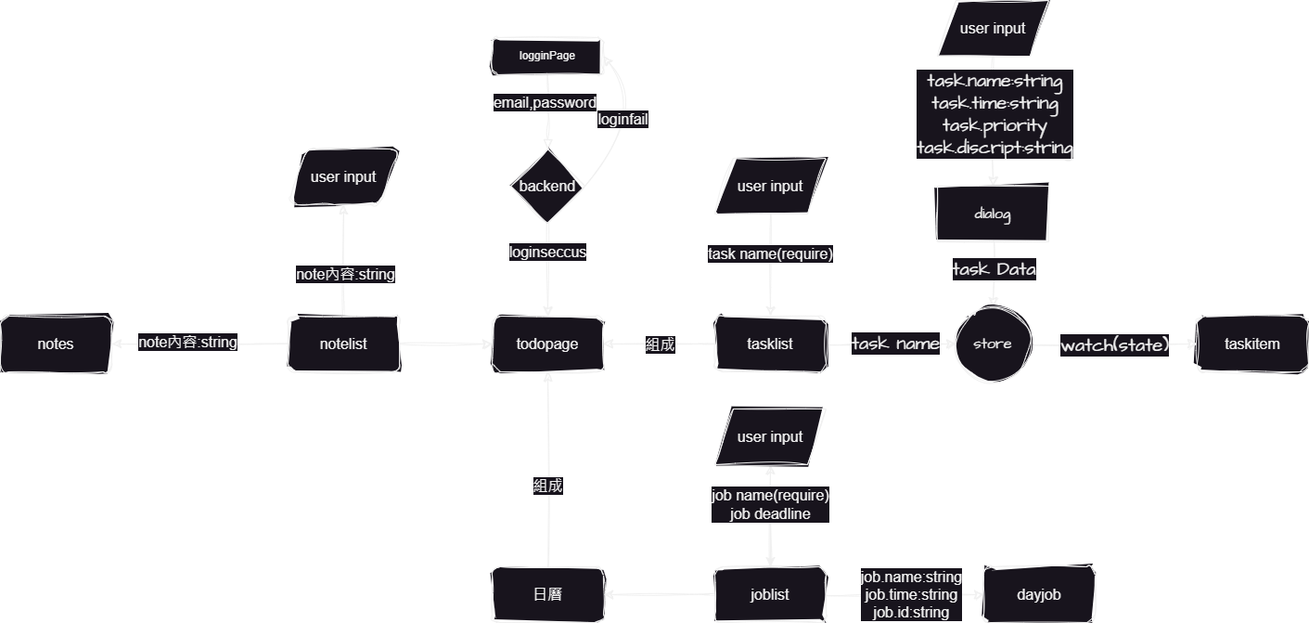
Above: vueToDo2023.png in wuharry/vue_test_todo (draw.io), before the change. Source tidied: cells renumbered, new cells last; positions are measured from the earlier drawing's top-left corner, leaving out a move shared by most shapes.
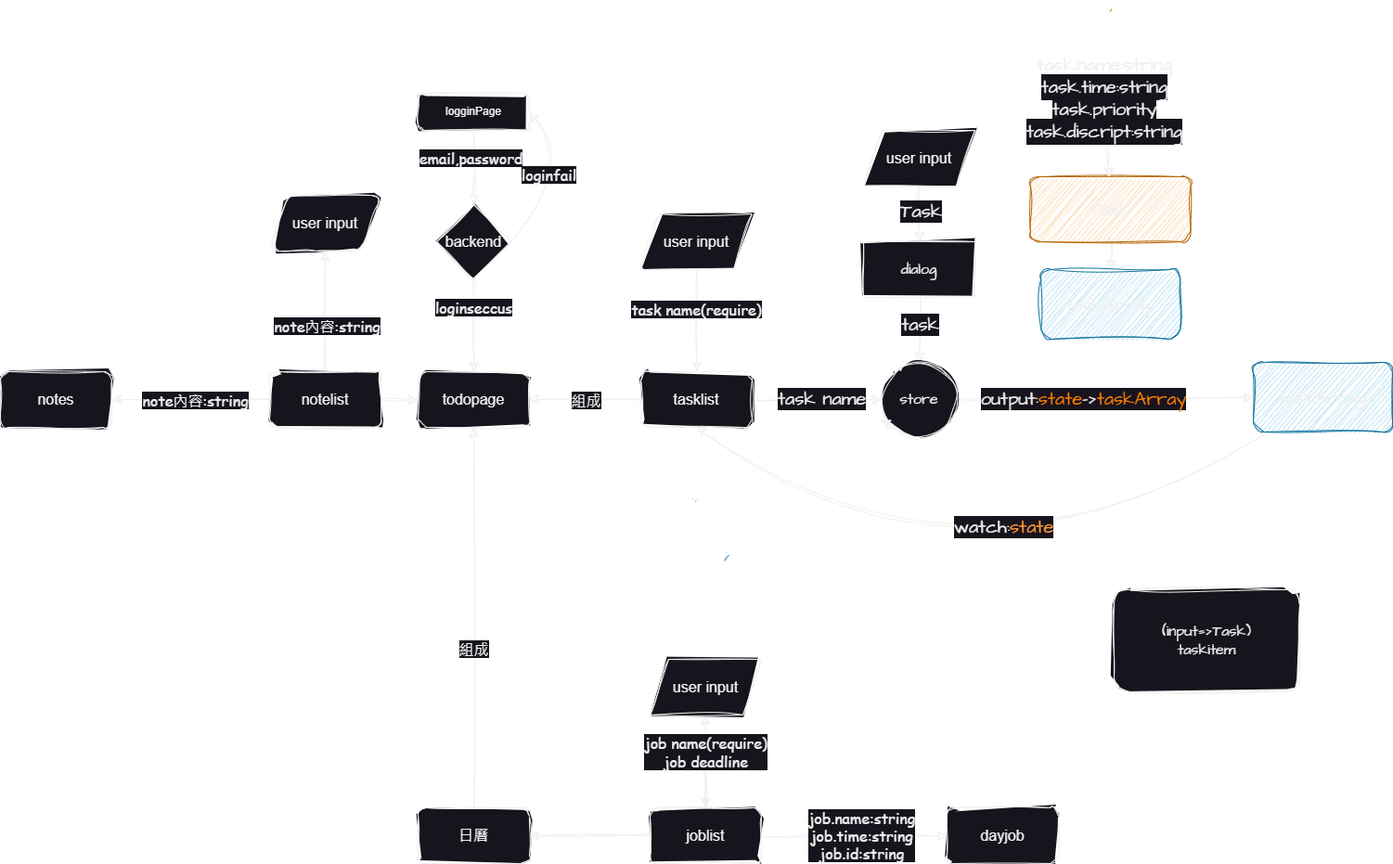
Later version of the same file.

Commit message:
doc:修正程式視圖,修新增渲染條件

What changed in the source:
```diff
@@ -7,7 +7,7 @@
         <mxPoint x="589.7" y="80" as="sourcePoint" />
       </mxGeometry>
     </mxCell>
-    <mxCell id="3" value="email,password" style="edgeLabel;html=1;align=center;verticalAlign=middle;fontSize=16;" parent="2" vertex="1">
+    <mxCell id="3" value="email,password" style="edgeLabel;html=1;align=center;verticalAlign=middle;fontSize=16;fontFamily=Comic Sans MS;" parent="2" vertex="1">
       <mxGeometry x="-0.26" y="-4" relative="1" as="geometry" />
     </mxCell>
     <mxCell id="4" value="logginPage" style="rounded=1;whiteSpace=wrap;html=1;fontSize=12;glass=0;strokeWidth=1;shadow=0;sketch=1;curveFitting=1;jiggle=2;" parent="1" vertex="1">
@@ -20,7 +20,7 @@
         </Array>
       </mxGeometry>
     </mxCell>
-    <mxCell id="6" value="loginfail" style="edgeLabel;html=1;align=center;verticalAlign=middle;fontSize=16;" parent="5" vertex="1">
+    <mxCell id="6" value="loginfail" style="edgeLabel;html=1;align=center;verticalAlign=middle;fontSize=16;fontFamily=Comic Sans MS;" parent="5" vertex="1">
       <mxGeometry x="-0.12" y="17" relative="1" as="geometry" />
     </mxCell>
     <mxCell id="7" style="edgeStyle=none;curved=1;rounded=0;jettySize=auto;html=1;fontSize=12;startSize=8;endSize=8;sketch=1;curveFitting=1;jiggle=2;" parent="1" edge="1" target="9">
@@ -28,7 +28,7 @@
         <mxPoint x="590" y="220" as="sourcePoint" />
       </mxGeometry>
     </mxCell>
-    <mxCell id="8" value="loginseccus" style="edgeLabel;html=1;align=center;verticalAlign=middle;fontSize=16;" parent="7" vertex="1">
+    <mxCell id="8" value="loginseccus" style="edgeLabel;html=1;align=center;verticalAlign=middle;fontSize=16;fontFamily=Comic Sans MS;" parent="7" vertex="1">
       <mxGeometry x="-0.17" y="-1" relative="1" as="geometry" />
     </mxCell>
     <mxCell id="9" value="todopage" style="whiteSpace=wrap;html=1;fontSize=16;rounded=1;sketch=1;curveFitting=1;jiggle=2;" parent="1" vertex="1">
@@ -40,7 +40,7 @@
     <mxCell id="11" style="edgeStyle=none;curved=1;rounded=0;jettySize=auto;html=1;fontSize=12;startSize=8;endSize=8;sketch=1;curveFitting=1;jiggle=2;" parent="1" edge="1" source="15" target="9">
       <mxGeometry relative="1" as="geometry" />
     </mxCell>
-    <mxCell id="12" value="組成" style="edgeLabel;html=1;align=center;verticalAlign=middle;fontSize=16;" parent="11" vertex="1">
+    <mxCell id="12" value="組成" style="edgeLabel;html=1;align=center;verticalAlign=middle;fontSize=16;fontFamily=Comic Sans MS;" parent="11" vertex="1">
       <mxGeometry x="0.01" relative="1" as="geometry" />
     </mxCell>
     <mxCell id="13" style="edgeStyle=none;curved=1;rounded=0;sketch=1;hachureGap=4;jiggle=2;curveFitting=1;jettySize=auto;html=1;fontFamily=Architects Daughter;fontSource=https%3A%2F%2Ffonts.googleapis.com%2Fcss%3Ffamily%3DArchitects%2BDaughter;fontSize=16;startSize=8;endSize=8;" parent="1" edge="1" source="15" target="48">
@@ -52,13 +52,13 @@
     <mxCell id="15" value="tasklist" style="whiteSpace=wrap;html=1;fontSize=16;rounded=1;sketch=1;curveFitting=1;jiggle=2;" parent="1" vertex="1">
       <mxGeometry x="770" y="340" width="120" height="60" as="geometry" />
     </mxCell>
-    <mxCell id="16" value="taskitem" style="whiteSpace=wrap;html=1;fontSize=16;rounded=1;sketch=1;curveFitting=1;jiggle=2;" parent="1" vertex="1">
-      <mxGeometry x="1290" y="340" width="120" height="60" as="geometry" />
+    <mxCell id="16" value="&lt;font&gt;(input=&amp;gt;Task)&lt;br&gt;taskitem&lt;/font&gt;" style="whiteSpace=wrap;html=1;fontSize=16;rounded=1;sketch=1;curveFitting=1;jiggle=2;fontFamily=Architects Daughter;fontSource=https%3A%2F%2Ffonts.googleapis.com%2Fcss%3Ffamily%3DArchitects%2BDaughter;" parent="1" vertex="1">
+      <mxGeometry x="1280" y="575" width="200" height="110" as="geometry" />
     </mxCell>
     <mxCell id="17" style="edgeStyle=none;curved=1;rounded=0;jettySize=auto;html=1;fontSize=12;startSize=8;endSize=8;sketch=1;curveFitting=1;jiggle=2;" parent="1" edge="1" source="19" target="15">
       <mxGeometry relative="1" as="geometry" />
     </mxCell>
-    <mxCell id="18" value="task name(require)" style="edgeLabel;html=1;align=center;verticalAlign=middle;fontSize=16;" parent="17" vertex="1">
+    <mxCell id="18" value="task name(require)" style="edgeLabel;html=1;align=center;verticalAlign=middle;fontSize=16;fontFamily=Comic Sans MS;" parent="17" vertex="1">
       <mxGeometry x="-0.23" y="-1" relative="1" as="geometry" />
     </mxCell>
     <mxCell id="19" value="user input" style="shape=parallelogram;perimeter=parallelogramPerimeter;whiteSpace=wrap;html=1;fixedSize=1;fontSize=16;sketch=1;curveFitting=1;jiggle=2;" parent="1" vertex="1">
@@ -67,16 +67,16 @@
     <mxCell id="20" style="edgeStyle=none;curved=1;rounded=0;jettySize=auto;html=1;fontSize=12;startSize=8;endSize=8;sketch=1;curveFitting=1;jiggle=2;" parent="1" edge="1" source="22" target="9">
       <mxGeometry relative="1" as="geometry" />
     </mxCell>
-    <mxCell id="21" value="組成" style="edgeLabel;html=1;align=center;verticalAlign=middle;fontSize=16;" parent="20" vertex="1">
+    <mxCell id="21" value="組成" style="edgeLabel;html=1;align=center;verticalAlign=middle;fontSize=16;fontFamily=Comic Sans MS;" parent="20" vertex="1">
       <mxGeometry x="-0.16" y="1" relative="1" as="geometry" />
     </mxCell>
     <mxCell id="22" value="日曆" style="rounded=1;whiteSpace=wrap;html=1;fontSize=16;sketch=1;curveFitting=1;jiggle=2;" parent="1" vertex="1">
-      <mxGeometry x="530" y="610" width="120" height="60" as="geometry" />
+      <mxGeometry x="530" y="810" width="120" height="60" as="geometry" />
     </mxCell>
     <mxCell id="23" style="edgeStyle=none;curved=1;rounded=0;jettySize=auto;html=1;fontSize=12;startSize=8;endSize=8;sketch=1;curveFitting=1;jiggle=2;" parent="1" edge="1" source="27" target="28">
       <mxGeometry relative="1" as="geometry" />
     </mxCell>
-    <mxCell id="24" value="job.name:string&lt;br&gt;job.time:string&lt;br&gt;job.id:string" style="edgeLabel;html=1;align=center;verticalAlign=middle;fontSize=16;" parent="23" vertex="1">
+    <mxCell id="24" value="job.name:string&lt;br&gt;job.time:string&lt;br&gt;job.id:string" style="edgeLabel;html=1;align=center;verticalAlign=middle;fontSize=16;fontFamily=Comic Sans MS;" parent="23" vertex="1">
       <mxGeometry x="0.07" y="1" relative="1" as="geometry" />
     </mxCell>
     <mxCell id="25" style="edgeStyle=none;curved=1;rounded=0;jettySize=auto;html=1;fontSize=12;startSize=8;endSize=8;sketch=1;curveFitting=1;jiggle=2;" parent="1" edge="1" source="27" target="22">
@@ -86,19 +86,19 @@
       <mxGeometry relative="1" as="geometry" />
     </mxCell>
     <mxCell id="27" value="joblist" style="whiteSpace=wrap;html=1;fontSize=16;rounded=1;sketch=1;curveFitting=1;jiggle=2;" parent="1" vertex="1">
-      <mxGeometry x="770" y="610" width="120" height="60" as="geometry" />
+      <mxGeometry x="780" y="810" width="120" height="60" as="geometry" />
     </mxCell>
     <mxCell id="28" value="dayjob" style="whiteSpace=wrap;html=1;fontSize=16;rounded=1;sketch=1;curveFitting=1;jiggle=2;" parent="1" vertex="1">
-      <mxGeometry x="1060" y="610" width="120" height="60" as="geometry" />
+      <mxGeometry x="1100" y="810" width="120" height="60" as="geometry" />
     </mxCell>
     <mxCell id="29" style="edgeStyle=none;curved=1;rounded=0;jettySize=auto;html=1;fontSize=12;startSize=8;endSize=8;" parent="1" edge="1" source="31" target="27">
       <mxGeometry relative="1" as="geometry" />
     </mxCell>
-    <mxCell id="30" value="job name(require)&lt;br&gt;job deadline" style="edgeLabel;html=1;align=center;verticalAlign=middle;fontSize=16;" parent="29" vertex="1">
+    <mxCell id="30" value="job name(require)&lt;br&gt;job deadline" style="edgeLabel;html=1;align=center;verticalAlign=middle;fontSize=16;fontFamily=Comic Sans MS;" parent="29" vertex="1">
       <mxGeometry x="-0.23" y="-1" relative="1" as="geometry" />
     </mxCell>
     <mxCell id="31" value="user input" style="shape=parallelogram;perimeter=parallelogramPerimeter;whiteSpace=wrap;html=1;fixedSize=1;fontSize=16;sketch=1;curveFitting=1;jiggle=2;" parent="1" vertex="1">
-      <mxGeometry x="770" y="440" width="120" height="60" as="geometry" />
+      <mxGeometry x="780" y="650" width="120" height="60" as="geometry" />
     </mxCell>
     <mxCell id="32" style="edgeStyle=none;curved=1;rounded=0;jettySize=auto;html=1;fontSize=12;startSize=8;endSize=8;sketch=1;curveFitting=1;jiggle=2;" parent="1" edge="1" source="37" target="9">
       <mxGeometry relative="1" as="geometry" />
@@ -106,54 +106,94 @@
     <mxCell id="33" style="edgeStyle=none;curved=1;rounded=0;jettySize=auto;html=1;fontSize=12;startSize=8;endSize=8;sketch=1;curveFitting=1;jiggle=2;" parent="1" edge="1" source="37" target="38">
       <mxGeometry relative="1" as="geometry" />
     </mxCell>
-    <mxCell id="34" value="note內容:string" style="edgeLabel;html=1;align=center;verticalAlign=middle;fontSize=16;" parent="33" vertex="1">
+    <mxCell id="34" value="note內容:string" style="edgeLabel;html=1;align=center;verticalAlign=middle;fontSize=16;fontFamily=Comic Sans MS;" parent="33" vertex="1">
       <mxGeometry x="0.16" y="-3" relative="1" as="geometry">
-        <mxPoint x="1" as="offset" />
+        <mxPoint x="18" y="3" as="offset" />
       </mxGeometry>
     </mxCell>
     <mxCell id="35" style="edgeStyle=none;curved=1;rounded=0;jettySize=auto;html=1;fontSize=12;startSize=8;endSize=8;sketch=1;curveFitting=1;jiggle=2;" parent="1" edge="1" source="37" target="39">
       <mxGeometry relative="1" as="geometry" />
     </mxCell>
-    <mxCell id="36" value="note內容:string" style="edgeLabel;html=1;align=center;verticalAlign=middle;fontSize=16;" parent="35" vertex="1">
+    <mxCell id="36" value="note內容:string" style="edgeLabel;align=center;verticalAlign=middle;fontSize=16;html=1;fontFamily=Comic Sans MS;" parent="35" vertex="1">
       <mxGeometry x="-0.23" y="-1" relative="1" as="geometry" />
     </mxCell>
     <mxCell id="37" value="notelist" style="rounded=1;whiteSpace=wrap;html=1;fontSize=16;sketch=1;curveFitting=1;jiggle=2;" parent="1" vertex="1">
-      <mxGeometry x="310" y="340" width="120" height="60" as="geometry" />
+      <mxGeometry x="370" y="340" width="120" height="60" as="geometry" />
     </mxCell>
     <mxCell id="38" value="notes" style="whiteSpace=wrap;html=1;fontSize=16;rounded=1;sketch=1;curveFitting=1;jiggle=2;" parent="1" vertex="1">
-      <mxGeometry y="340" width="120" height="60" as="geometry" />
+      <mxGeometry x="80" y="340" width="120" height="60" as="geometry" />
     </mxCell>
     <mxCell id="39" value="user input" style="shape=parallelogram;perimeter=parallelogramPerimeter;whiteSpace=wrap;html=1;fixedSize=1;fontSize=16;rounded=1;sketch=1;curveFitting=1;jiggle=2;" parent="1" vertex="1">
-      <mxGeometry x="310" y="160" width="120" height="60" as="geometry" />
+      <mxGeometry x="370" y="150" width="120" height="60" as="geometry" />
     </mxCell>
     <mxCell id="40" style="edgeStyle=none;curved=1;rounded=0;sketch=1;hachureGap=4;jiggle=2;curveFitting=1;jettySize=auto;html=1;fontFamily=Architects Daughter;fontSource=https%3A%2F%2Ffonts.googleapis.com%2Fcss%3Ffamily%3DArchitects%2BDaughter;fontSize=16;startSize=8;endSize=8;" parent="1" edge="1" source="42" target="45">
       <mxGeometry relative="1" as="geometry" />
     </mxCell>
-    <mxCell id="41" value="task.name:string&lt;br&gt;task.time:string&lt;br&gt;task.priority&lt;br&gt;task.discript:string" style="edgeLabel;html=1;align=center;verticalAlign=middle;fontSize=20;fontFamily=Architects Daughter;" parent="40" vertex="1">
+    <mxCell id="41" value="Task" style="edgeLabel;html=1;align=center;verticalAlign=middle;fontSize=20;fontFamily=Architects Daughter;" parent="40" vertex="1">
       <mxGeometry x="-0.14" y="1" relative="1" as="geometry" />
     </mxCell>
     <mxCell id="42" value="user input" style="shape=parallelogram;perimeter=parallelogramPerimeter;whiteSpace=wrap;html=1;fixedSize=1;fontSize=16;sketch=1;curveFitting=1;jiggle=2;" parent="1" vertex="1">
-      <mxGeometry x="1010" width="120" height="60" as="geometry" />
+      <mxGeometry x="1010" y="80" width="120" height="60" as="geometry" />
     </mxCell>
     <mxCell id="43" style="edgeStyle=none;curved=1;rounded=0;sketch=1;hachureGap=4;jiggle=2;curveFitting=1;jettySize=auto;html=1;fontFamily=Architects Daughter;fontSource=https%3A%2F%2Ffonts.googleapis.com%2Fcss%3Ffamily%3DArchitects%2BDaughter;fontSize=16;startSize=8;endSize=8;" parent="1" edge="1" source="45" target="48">
       <mxGeometry relative="1" as="geometry" />
     </mxCell>
-    <mxCell id="44" value="task Data" style="edgeLabel;html=1;align=center;verticalAlign=middle;fontSize=20;fontFamily=Architects Daughter;" parent="43" vertex="1">
+    <mxCell id="44" value="task" style="edgeLabel;html=1;align=center;verticalAlign=middle;fontSize=20;fontFamily=Architects Daughter;" parent="43" vertex="1">
       <mxGeometry x="-0.21" relative="1" as="geometry" />
     </mxCell>
     <mxCell id="45" value="dialog" style="whiteSpace=wrap;html=1;fontSize=16;sketch=1;curveFitting=1;jiggle=2;hachureGap=4;fontFamily=Architects Daughter;fontSource=https%3A%2F%2Ffonts.googleapis.com%2Fcss%3Ffamily%3DArchitects%2BDaughter;" parent="1" vertex="1">
       <mxGeometry x="1010" y="200" width="120" height="60" as="geometry" />
     </mxCell>
-    <mxCell id="46" style="edgeStyle=none;curved=1;rounded=0;sketch=1;hachureGap=4;jiggle=2;curveFitting=1;jettySize=auto;html=1;fontFamily=Architects Daughter;fontSource=https%3A%2F%2Ffonts.googleapis.com%2Fcss%3Ffamily%3DArchitects%2BDaughter;fontSize=16;startSize=8;endSize=8;" parent="1" edge="1" source="48" target="16">
-      <mxGeometry relative="1" as="geometry" />
-    </mxCell>
-    <mxCell id="47" value="watch(state)" style="edgeLabel;html=1;align=center;verticalAlign=middle;fontSize=20;fontFamily=Architects Daughter;" parent="46" vertex="1">
-      <mxGeometry x="-0.29" relative="1" as="geometry">
-        <mxPoint x="26" as="offset" />
-      </mxGeometry>
-    </mxCell>
+    <mxCell id="49" style="edgeStyle=none;curved=1;rounded=0;sketch=1;hachureGap=4;jiggle=2;curveFitting=1;jettySize=auto;html=1;fontFamily=Architects Daughter;fontSource=https%3A%2F%2Ffonts.googleapis.com%2Fcss%3Ffamily%3DArchitects%2BDaughter;fontSize=16;startSize=8;endSize=8;entryX=0;entryY=0.5;entryDx=0;entryDy=0;" parent="1" edge="1" source="48" target="60">
+      <mxGeometry relative="1" as="geometry" />
+    </mxCell>
+    <mxCell id="50" value="output:&lt;font color=&quot;#ff8000&quot;&gt;state&lt;/font&gt;-&amp;gt;&lt;font color=&quot;#ff8000&quot;&gt;taskArray&lt;/font&gt;" style="edgeLabel;html=1;align=center;verticalAlign=middle;fontSize=20;fontFamily=Architects Daughter;" parent="49" vertex="1">
+      <mxGeometry x="-0.3" relative="1" as="geometry">
+        <mxPoint x="26" as="offset" />
+      </mxGeometry>
+    </mxCell>
     <mxCell id="48" value="store" style="ellipse;whiteSpace=wrap;html=1;fontSize=16;rounded=1;sketch=1;curveFitting=1;jiggle=2;hachureGap=4;fontFamily=Architects Daughter;fontSource=https%3A%2F%2Ffonts.googleapis.com%2Fcss%3Ffamily%3DArchitects%2BDaughter;" parent="1" vertex="1">
       <mxGeometry x="1030" y="330" width="80" height="80" as="geometry" />
     </mxCell>
+    <mxCell id="51" style="edgeStyle=none;curved=1;rounded=0;sketch=1;hachureGap=4;jiggle=2;curveFitting=1;orthogonalLoop=1;jettySize=auto;html=1;exitX=0;exitY=1;exitDx=0;exitDy=0;entryX=-0.018;entryY=0.782;entryDx=0;entryDy=0;entryPerimeter=0;fontFamily=Architects Daughter;fontSource=https%3A%2F%2Ffonts.googleapis.com%2Fcss%3Ffamily%3DArchitects%2BDaughter;fontSize=16;startSize=8;endSize=8;" parent="1" edge="1" source="48" target="48">
+      <mxGeometry relative="1" as="geometry" />
+    </mxCell>
+    <mxCell id="52" style="edgeStyle=none;curved=1;rounded=0;sketch=1;hachureGap=4;jiggle=2;curveFitting=1;jettySize=auto;html=1;fontFamily=Architects Daughter;fontSource=https%3A%2F%2Ffonts.googleapis.com%2Fcss%3Ffamily%3DArchitects%2BDaughter;fontSize=16;startSize=8;endSize=8;" parent="1" edge="1" source="53" target="57">
+      <mxGeometry relative="1" as="geometry" />
+    </mxCell>
+    <mxCell id="53" value="Task" style="rounded=1;whiteSpace=wrap;html=1;sketch=1;hachureGap=4;jiggle=2;curveFitting=1;fontFamily=Architects Daughter;fontSource=https%3A%2F%2Ffonts.googleapis.com%2Fcss%3Ffamily%3DArchitects%2BDaughter;fontSize=20;fillColor=#fad7ac;strokeColor=#b46504;" parent="1" vertex="1">
+      <mxGeometry x="1190" y="130" width="172.5" height="70" as="geometry" />
+    </mxCell>
+    <mxCell id="54" style="shape=waypoint;sketch=1;size=6;fillColor=#e3c800;perimeter=centerPerimeter;fontSize=20;fontFamily=Architects Daughter;strokeColor=#B09500;fontColor=#000000;rounded=1;hachureGap=4;jiggle=2;curveFitting=1;fontSource=https%3A%2F%2Ffonts.googleapis.com%2Fcss%3Ffamily%3DArchitects%2BDaughter;gradientColor=none;" parent="1" vertex="1">
+      <mxGeometry x="1266.2" y="-60" width="20" height="20" as="geometry" />
+    </mxCell>
+    <mxCell id="55" style="edgeStyle=none;curved=1;rounded=0;sketch=1;hachureGap=4;jiggle=2;curveFitting=1;jettySize=auto;html=1;fontFamily=Architects Daughter;fontSource=https%3A%2F%2Ffonts.googleapis.com%2Fcss%3Ffamily%3DArchitects%2BDaughter;fontSize=16;startSize=8;endSize=8;" parent="1" edge="1" source="56" target="53">
+      <mxGeometry relative="1" as="geometry" />
+    </mxCell>
+    <mxCell id="56" value="task.name:string&lt;br style=&quot;&quot;&gt;&lt;span style=&quot;background-color: rgb(24, 20, 29);&quot;&gt;task.time:string&lt;/span&gt;&lt;br style=&quot;&quot;&gt;&lt;span style=&quot;background-color: rgb(24, 20, 29);&quot;&gt;task.priority&lt;/span&gt;&lt;br style=&quot;&quot;&gt;&lt;span style=&quot;background-color: rgb(24, 20, 29);&quot;&gt;task.discript:string&lt;/span&gt;" style="text;html=1;strokeColor=none;fillColor=none;align=center;verticalAlign=middle;whiteSpace=wrap;rounded=0;fontSize=20;fontFamily=Architects Daughter;" parent="1" vertex="1">
+      <mxGeometry x="1240" y="10" width="60" height="70" as="geometry" />
+    </mxCell>
+    <mxCell id="57" value="taskArray" style="whiteSpace=wrap;html=1;fontSize=20;fontFamily=Architects Daughter;fillColor=#b1ddf0;rounded=1;sketch=1;hachureGap=4;jiggle=2;curveFitting=1;fontSource=https%3A%2F%2Ffonts.googleapis.com%2Fcss%3Ffamily%3DArchitects%2BDaughter;strokeColor=#10739e;" parent="1" vertex="1">
+      <mxGeometry x="1201.2" y="230" width="150" height="75" as="geometry" />
+    </mxCell>
+    <mxCell id="58" style="edgeStyle=none;curved=1;rounded=0;sketch=1;hachureGap=4;jiggle=2;curveFitting=1;jettySize=auto;html=1;fontFamily=Architects Daughter;fontSource=https%3A%2F%2Ffonts.googleapis.com%2Fcss%3Ffamily%3DArchitects%2BDaughter;fontSize=16;startSize=8;endSize=8;entryX=0.5;entryY=1;entryDx=0;entryDy=0;" parent="1" edge="1" source="60" target="15">
+      <mxGeometry relative="1" as="geometry">
+        <Array as="points">
+          <mxPoint x="1120" y="610" />
+        </Array>
+      </mxGeometry>
+    </mxCell>
+    <mxCell id="59" value="watch:&lt;font color=&quot;#ff9933&quot;&gt;state&lt;/font&gt;" style="edgeLabel;html=1;align=center;verticalAlign=middle;fontSize=20;fontFamily=Architects Daughter;" parent="58" vertex="1">
+      <mxGeometry x="-0.21" y="-66" relative="1" as="geometry" />
+    </mxCell>
+    <mxCell id="60" value="taskArray" style="whiteSpace=wrap;html=1;fontSize=20;fontFamily=Architects Daughter;fillColor=#b1ddf0;rounded=1;sketch=1;hachureGap=4;jiggle=2;curveFitting=1;fontSource=https%3A%2F%2Ffonts.googleapis.com%2Fcss%3Ffamily%3DArchitects%2BDaughter;strokeColor=#10739e;" parent="1" vertex="1">
+      <mxGeometry x="1430" y="330" width="150" height="75" as="geometry" />
+    </mxCell>
+    <mxCell id="61" style="shape=waypoint;sketch=1;size=6;fillColor=#b1ddf0;perimeter=centerPerimeter;fontSize=20;fontFamily=Architects Daughter;strokeColor=#10739e;rounded=1;hachureGap=4;jiggle=2;curveFitting=1;fontSource=https%3A%2F%2Ffonts.googleapis.com%2Fcss%3Ffamily%3DArchitects%2BDaughter;" parent="1" vertex="1">
+      <mxGeometry x="850" y="530" width="20" height="20" as="geometry" />
+    </mxCell>
+    <mxCell id="62" style="shape=waypoint;sketch=1;size=6;fillColor=#b1ddf0;perimeter=centerPerimeter;fontSize=20;fontFamily=Architects Daughter;strokeColor=#10739e;rounded=1;hachureGap=4;jiggle=2;curveFitting=1;fontSource=https%3A%2F%2Ffonts.googleapis.com%2Fcss%3Ffamily%3DArchitects%2BDaughter;" parent="1" vertex="1">
+      <mxGeometry x="820" y="470" width="20" height="20" as="geometry" />
+    </mxCell>
   </root>
 </mxGraphModel>
```
